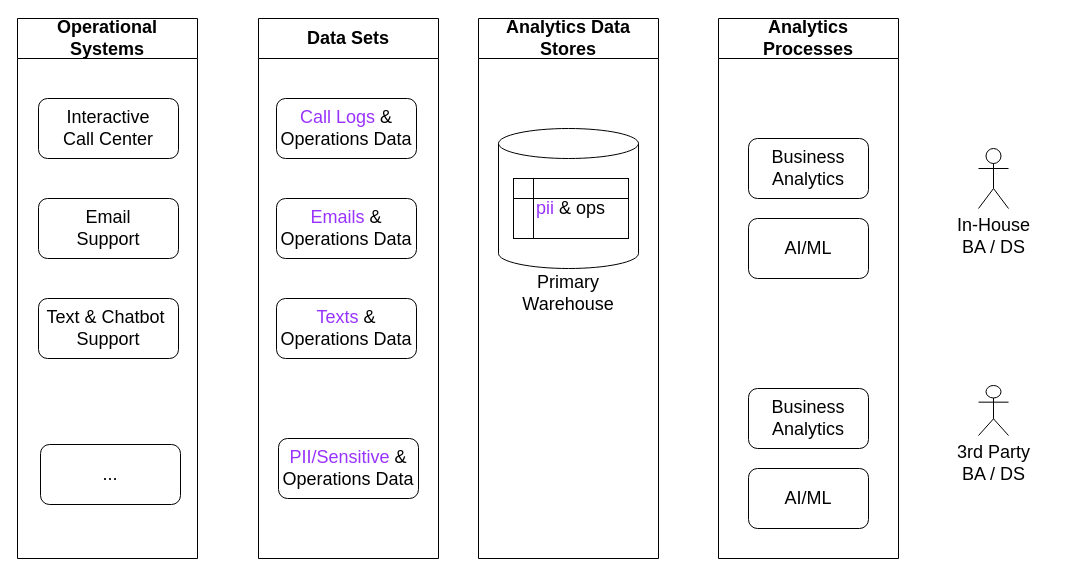
Earlier version of the draw.io diagram page "Current State" (3 of 11) of AB2 - early draft.drawio (fotoby/ab3). Source tidied: cells renumbered, new cells numbered last; positions are measured from the earlier drawing's top-left corner, leaving out a move shared by most shapes. Both pictures are drawn from the tidied source at 100%, with x=0, y=0 at pixel (17, 18).
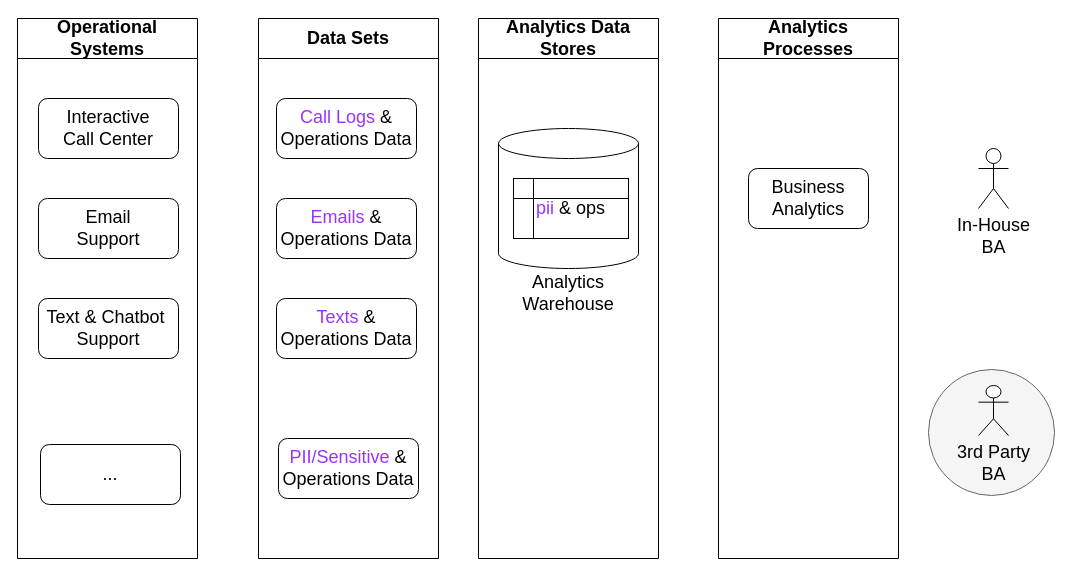
The same diagram, later.

The change refers to these unchanged cells:
```xml
<mxCell id="17" value="Analytics &lt;br&gt;Processes" style="swimlane;whiteSpace=wrap;html=1;shadow=0;strokeColor=default;fontSize=18;startSize=40;" parent="1" vertex="1">
  <mxGeometry x="701" width="180" height="540" as="geometry" />
</mxCell>
```

The edit, as a diff of the source:
```diff
@@
+    <mxCell id="23" style="ellipse;whiteSpace=wrap;html=1;shadow=0;labelBorderColor=none;strokeColor=#666666;fontSize=18;fontColor=#333333;fillColor=#f5f5f5;" parent="1" vertex="1">
+      <mxGeometry x="911" y="351" width="126" height="126" as="geometry" />
+    </mxCell>
@@
-    <mxCell id="10" value="In-House &lt;br&gt;BA / DS" style="shape=umlActor;verticalLabelPosition=bottom;verticalAlign=top;html=1;shadow=0;strokeColor=default;fontSize=18;" parent="1" vertex="1">
+    <mxCell id="10" value="In-House &lt;br&gt;BA" style="shape=umlActor;verticalLabelPosition=bottom;verticalAlign=top;html=1;shadow=0;strokeColor=default;fontSize=18;" parent="1" vertex="1">
       <mxGeometry x="961" y="130" width="30" height="60" as="geometry" />
     </mxCell>
-    <mxCell id="11" value="3rd Party&lt;br&gt;BA / DS" style="shape=umlActor;verticalLabelPosition=bottom;verticalAlign=top;html=1;shadow=0;strokeColor=default;fontSize=18;" parent="1" vertex="1">
+    <mxCell id="11" value="3rd Party&lt;br&gt;BA" style="shape=umlActor;verticalLabelPosition=bottom;verticalAlign=top;html=1;shadow=0;strokeColor=default;fontSize=18;" parent="1" vertex="1">
       <mxGeometry x="961" y="367" width="30" height="50" as="geometry" />
     </mxCell>
@@
     <mxCell id="18" value="Business Analytics" style="rounded=1;whiteSpace=wrap;html=1;shadow=0;labelBorderColor=none;strokeColor=default;fontSize=18;fontColor=#000000;" parent="17" vertex="1">
-      <mxGeometry x="30" y="120" width="120" height="60" as="geometry" />
+      <mxGeometry x="30" y="150" width="120" height="60" as="geometry" />
     </mxCell>
-    <mxCell id="19" value="Business Analytics" style="rounded=1;whiteSpace=wrap;html=1;shadow=0;labelBorderColor=none;strokeColor=default;fontSize=18;fontColor=#000000;" parent="17" vertex="1">
-      <mxGeometry x="30" y="370" width="120" height="60" as="geometry" />
-    </mxCell>
-    <mxCell id="20" value="AI/ML" style="rounded=1;whiteSpace=wrap;html=1;shadow=0;labelBorderColor=none;strokeColor=default;fontSize=18;fontColor=#000000;" parent="17" vertex="1">
-      <mxGeometry x="30" y="200" width="120" height="60" as="geometry" />
-    </mxCell>
-    <mxCell id="21" value="AI/ML" style="rounded=1;whiteSpace=wrap;html=1;shadow=0;labelBorderColor=none;strokeColor=default;fontSize=18;fontColor=#000000;" parent="17" vertex="1">
-      <mxGeometry x="30" y="450" width="120" height="60" as="geometry" />
-    </mxCell>
-    <mxCell id="22" value="Primary&lt;br&gt;Warehouse" style="text;html=1;strokeColor=none;fillColor=none;align=center;verticalAlign=middle;whiteSpace=wrap;rounded=0;shadow=0;labelBorderColor=none;fontSize=18;fontColor=#000000;" parent="1" vertex="1">
+    <mxCell id="22" value="Analytics&lt;br&gt;Warehouse" style="text;html=1;strokeColor=none;fillColor=none;align=center;verticalAlign=middle;whiteSpace=wrap;rounded=0;shadow=0;labelBorderColor=none;fontSize=18;fontColor=#000000;" parent="1" vertex="1">
       <mxGeometry x="521" y="260" width="60" height="30" as="geometry" />
     </mxCell>
```
